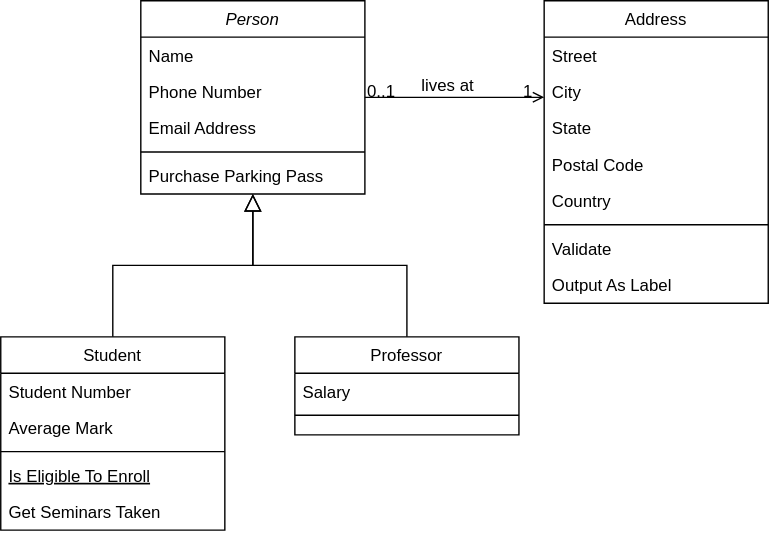
This is liskov.drawio.svg from yannicschroeer/diagrams, a draw.io export, as it was before one commit. Source tidied: cells renumbered, new cells last; positions are measured from the earlier drawing's top-left corner, leaving out a move shared by most shapes. The source it was exported from:
```xml
<mxGraphModel>
  <root>
    <mxCell id="0" />
    <mxCell id="1" parent="0" />
    <mxCell id="2" value="Person" style="swimlane;fontStyle=2;align=center;verticalAlign=top;horizontal=1;startSize=26;rounded=0;shadow=0;strokeWidth=1;" parent="1" vertex="1">
      <mxGeometry x="100" width="160" height="138" as="geometry" />
    </mxCell>
    <mxCell id="3" value="Name" style="text;align=left;verticalAlign=top;spacingLeft=4;spacingRight=4;overflow=hidden;" parent="2" vertex="1">
      <mxGeometry y="26" width="160" height="26" as="geometry" />
    </mxCell>
    <mxCell id="4" value="Phone Number" style="text;align=left;verticalAlign=top;spacingLeft=4;spacingRight=4;overflow=hidden;rounded=0;shadow=0;html=0;" parent="2" vertex="1">
      <mxGeometry y="52" width="160" height="26" as="geometry" />
    </mxCell>
    <mxCell id="5" value="Email Address" style="text;align=left;verticalAlign=top;spacingLeft=4;spacingRight=4;overflow=hidden;rounded=0;shadow=0;html=0;" parent="2" vertex="1">
      <mxGeometry y="78" width="160" height="26" as="geometry" />
    </mxCell>
    <mxCell id="6" style="line;html=1;strokeWidth=1;align=left;verticalAlign=middle;spacingTop=-1;spacingLeft=3;spacingRight=3;labelPosition=right;" parent="2" vertex="1">
      <mxGeometry y="104" width="160" height="8" as="geometry" />
    </mxCell>
    <mxCell id="7" value="Purchase Parking Pass" style="text;align=left;verticalAlign=top;spacingLeft=4;spacingRight=4;overflow=hidden;" parent="2" vertex="1">
      <mxGeometry y="112" width="160" height="26" as="geometry" />
    </mxCell>
    <mxCell id="8" value="Student" style="swimlane;fontStyle=0;align=center;verticalAlign=top;horizontal=1;startSize=26;rounded=0;shadow=0;strokeWidth=1;" parent="1" vertex="1">
      <mxGeometry y="240" width="160" height="138" as="geometry" />
    </mxCell>
    <mxCell id="9" value="Student Number" style="text;align=left;verticalAlign=top;spacingLeft=4;spacingRight=4;overflow=hidden;" parent="8" vertex="1">
      <mxGeometry y="26" width="160" height="26" as="geometry" />
    </mxCell>
    <mxCell id="10" value="Average Mark" style="text;align=left;verticalAlign=top;spacingLeft=4;spacingRight=4;overflow=hidden;rounded=0;shadow=0;html=0;" parent="8" vertex="1">
      <mxGeometry y="52" width="160" height="26" as="geometry" />
    </mxCell>
    <mxCell id="11" style="line;html=1;strokeWidth=1;align=left;verticalAlign=middle;spacingTop=-1;spacingLeft=3;spacingRight=3;labelPosition=right;" parent="8" vertex="1">
      <mxGeometry y="78" width="160" height="8" as="geometry" />
    </mxCell>
    <mxCell id="12" value="Is Eligible To Enroll" style="text;align=left;verticalAlign=top;spacingLeft=4;spacingRight=4;overflow=hidden;fontStyle=4;" parent="8" vertex="1">
      <mxGeometry y="86" width="160" height="26" as="geometry" />
    </mxCell>
    <mxCell id="13" value="Get Seminars Taken" style="text;align=left;verticalAlign=top;spacingLeft=4;spacingRight=4;overflow=hidden;" parent="8" vertex="1">
      <mxGeometry y="112" width="160" height="26" as="geometry" />
    </mxCell>
    <mxCell id="14" style="endArrow=block;endSize=10;endFill=0;shadow=0;strokeWidth=1;rounded=0;edgeStyle=elbowEdgeStyle;elbow=vertical;" parent="1" edge="1" source="8" target="2">
      <mxGeometry relative="1" as="geometry" />
    </mxCell>
    <mxCell id="15" value="Professor" style="swimlane;fontStyle=0;align=center;verticalAlign=top;horizontal=1;startSize=26;rounded=0;shadow=0;strokeWidth=1;" parent="1" vertex="1">
      <mxGeometry x="210" y="240" width="160" height="70" as="geometry" />
    </mxCell>
    <mxCell id="16" value="Salary" style="text;align=left;verticalAlign=top;spacingLeft=4;spacingRight=4;overflow=hidden;" parent="15" vertex="1">
      <mxGeometry y="26" width="160" height="26" as="geometry" />
    </mxCell>
    <mxCell id="17" style="line;html=1;strokeWidth=1;align=left;verticalAlign=middle;spacingTop=-1;spacingLeft=3;spacingRight=3;labelPosition=right;" parent="15" vertex="1">
      <mxGeometry y="52" width="160" height="8" as="geometry" />
    </mxCell>
    <mxCell id="18" style="endArrow=block;endSize=10;endFill=0;shadow=0;strokeWidth=1;rounded=0;edgeStyle=elbowEdgeStyle;elbow=vertical;" parent="1" edge="1" source="15" target="2">
      <mxGeometry relative="1" as="geometry" />
    </mxCell>
    <mxCell id="19" value="Address" style="swimlane;fontStyle=0;align=center;verticalAlign=top;horizontal=1;startSize=26;rounded=0;shadow=0;strokeWidth=1;" parent="1" vertex="1">
      <mxGeometry x="388" width="160" height="216" as="geometry" />
    </mxCell>
    <mxCell id="20" value="Street" style="text;align=left;verticalAlign=top;spacingLeft=4;spacingRight=4;overflow=hidden;" parent="19" vertex="1">
      <mxGeometry y="26" width="160" height="26" as="geometry" />
    </mxCell>
    <mxCell id="21" value="City" style="text;align=left;verticalAlign=top;spacingLeft=4;spacingRight=4;overflow=hidden;rounded=0;shadow=0;html=0;" parent="19" vertex="1">
      <mxGeometry y="52" width="160" height="26" as="geometry" />
    </mxCell>
    <mxCell id="22" value="State" style="text;align=left;verticalAlign=top;spacingLeft=4;spacingRight=4;overflow=hidden;rounded=0;shadow=0;html=0;" parent="19" vertex="1">
      <mxGeometry y="78" width="160" height="26" as="geometry" />
    </mxCell>
    <mxCell id="23" value="Postal Code" style="text;align=left;verticalAlign=top;spacingLeft=4;spacingRight=4;overflow=hidden;rounded=0;shadow=0;html=0;" parent="19" vertex="1">
      <mxGeometry y="104" width="160" height="26" as="geometry" />
    </mxCell>
    <mxCell id="24" value="Country" style="text;align=left;verticalAlign=top;spacingLeft=4;spacingRight=4;overflow=hidden;rounded=0;shadow=0;html=0;" parent="19" vertex="1">
      <mxGeometry y="130" width="160" height="26" as="geometry" />
    </mxCell>
    <mxCell id="25" style="line;html=1;strokeWidth=1;align=left;verticalAlign=middle;spacingTop=-1;spacingLeft=3;spacingRight=3;labelPosition=right;" parent="19" vertex="1">
      <mxGeometry y="156" width="160" height="8" as="geometry" />
    </mxCell>
    <mxCell id="26" value="Validate" style="text;align=left;verticalAlign=top;spacingLeft=4;spacingRight=4;overflow=hidden;" parent="19" vertex="1">
      <mxGeometry y="164" width="160" height="26" as="geometry" />
    </mxCell>
    <mxCell id="27" value="Output As Label" style="text;align=left;verticalAlign=top;spacingLeft=4;spacingRight=4;overflow=hidden;" parent="19" vertex="1">
      <mxGeometry y="190" width="160" height="26" as="geometry" />
    </mxCell>
    <mxCell id="28" style="endArrow=open;shadow=0;strokeWidth=1;rounded=0;endFill=1;edgeStyle=elbowEdgeStyle;elbow=vertical;" parent="1" edge="1" source="2" target="19">
      <mxGeometry x="0.5" y="41" relative="1" as="geometry">
        <mxPoint x="-40" y="32" as="offset" />
      </mxGeometry>
    </mxCell>
    <mxCell id="29" value="0..1" style="align=left;verticalAlign=bottom;labelBackgroundColor=none;fontSize=12;" parent="28" vertex="1">
      <mxGeometry x="-1" relative="1" as="geometry">
        <mxPoint y="4" as="offset" />
      </mxGeometry>
    </mxCell>
    <mxCell id="30" value="1" style="align=right;verticalAlign=bottom;labelBackgroundColor=none;fontSize=12;" parent="28" vertex="1">
      <mxGeometry x="1" relative="1" as="geometry">
        <mxPoint x="-7" y="4" as="offset" />
      </mxGeometry>
    </mxCell>
    <mxCell id="31" value="lives at" style="text;html=1;align=center;verticalAlign=middle;labelBackgroundColor=none;rounded=0;shadow=0;strokeWidth=1;fontSize=12;" parent="28" vertex="1">
      <mxGeometry x="0.5" y="49" relative="1" as="geometry">
        <mxPoint x="-38" y="40" as="offset" />
      </mxGeometry>
    </mxCell>
  </root>
</mxGraphModel>
```
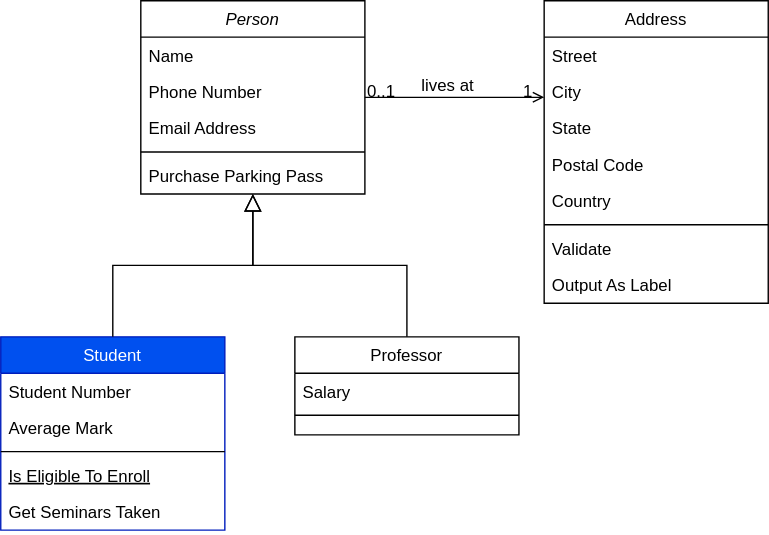
The same diagram one commit later.

What changed in the source:
```diff
@@ -20,7 +20,7 @@
     <mxCell id="7" value="Purchase Parking Pass" style="text;align=left;verticalAlign=top;spacingLeft=4;spacingRight=4;overflow=hidden;" parent="2" vertex="1">
       <mxGeometry y="112" width="160" height="26" as="geometry" />
     </mxCell>
-    <mxCell id="8" value="Student" style="swimlane;fontStyle=0;align=center;verticalAlign=top;horizontal=1;startSize=26;rounded=0;shadow=0;strokeWidth=1;" parent="1" vertex="1">
+    <mxCell id="8" value="Student" style="swimlane;fontStyle=0;align=center;verticalAlign=top;horizontal=1;startSize=26;rounded=0;shadow=0;strokeWidth=1;fillColor=#0050ef;fontColor=#ffffff;strokeColor=#001DBC;" parent="1" vertex="1">
       <mxGeometry y="240" width="160" height="138" as="geometry" />
     </mxCell>
     <mxCell id="9" value="Student Number" style="text;align=left;verticalAlign=top;spacingLeft=4;spacingRight=4;overflow=hidden;" parent="8" vertex="1">
```
